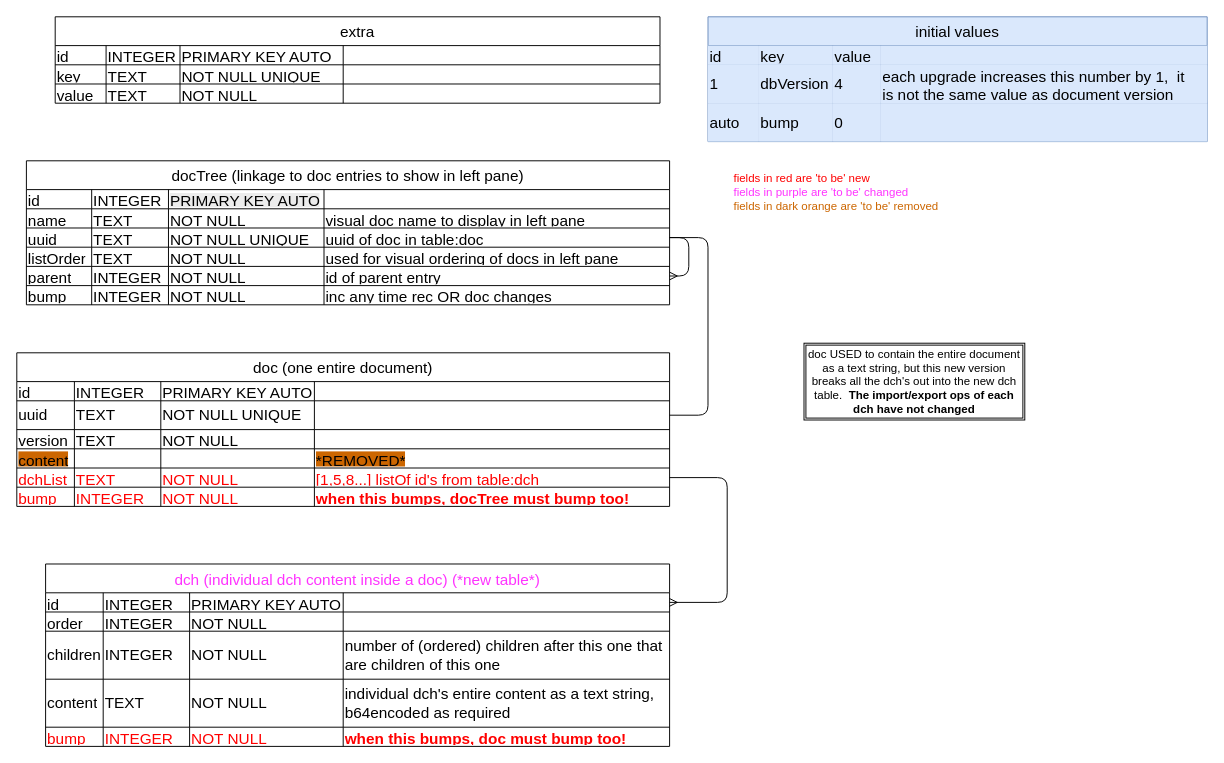
Earlier version of the draw.io diagram extra/docs/Database_backend-V0004-now.drawio (Malendryn/JotLiner). Source tidied: cells renumbered, new cells numbered last; positions are measured from the earlier drawing's top-left corner, leaving out a move shared by most shapes. Both pictures are drawn from the tidied source at 96%, with x=0, y=0 at pixel (16, 16).
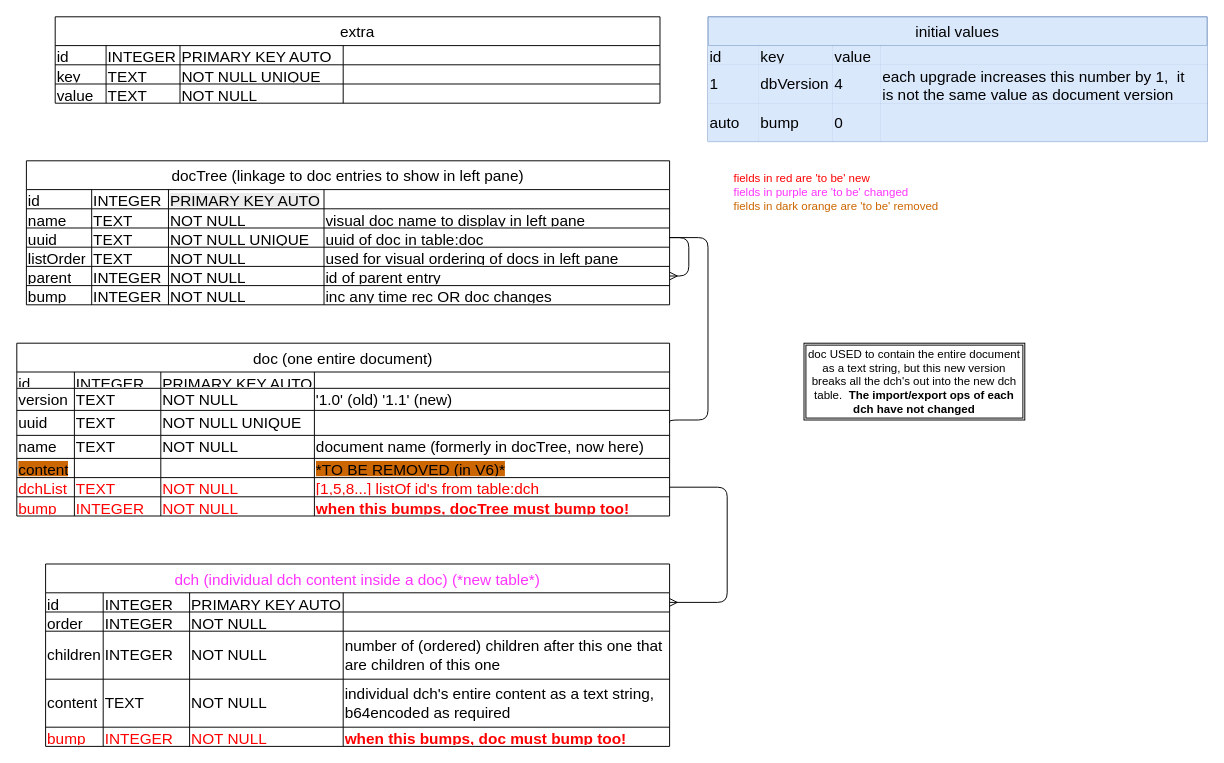
After the change.

Commit message (it also covers changes not shown here):
* 4->5 completed, moved the 'name' out of table:docTree and into table:doc, and updated all code to match.  (this change     was purely serverside)

Unchanged cells that the change refers to:
```xml
<mxCell id="60" style="shape=tableRow;horizontal=0;startSize=0;swimlaneHead=0;swimlaneBody=0;strokeColor=inherit;top=0;left=0;bottom=0;right=0;fillColor=none;points=[[0,0.5],[1,0.5]];portConstraint=eastwest;fontSize=16;align=left;" parent="49" vertex="1">
  <mxGeometry y="70" width="670" height="20" as="geometry" />
</mxCell>
<mxCell id="98" style="shape=tableRow;horizontal=0;startSize=0;swimlaneHead=0;swimlaneBody=0;strokeColor=inherit;top=0;left=0;bottom=0;right=0;fillColor=none;points=[[0,0.5],[1,0.5]];portConstraint=eastwest;fontSize=16;align=left;" parent="97" vertex="1">
  <mxGeometry y="30" width="650" height="20" as="geometry" />
</mxCell>
```

What changed in the source:
```diff
@@
     <mxCell id="18" value="doc (one entire document)" style="shape=table;startSize=30;childLayout=tableLayout;strokeColor=default;fontSize=16;align=center;" parent="1" vertex="1">
-      <mxGeometry y="350" width="680" height="160" as="geometry" />
+      <mxGeometry y="340" width="680" height="180" as="geometry" />
     </mxCell>
     <mxCell id="19" style="shape=tableRow;horizontal=0;startSize=0;swimlaneHead=0;swimlaneBody=0;strokeColor=inherit;top=0;left=0;bottom=0;right=0;fillColor=none;fontSize=16;align=left;" parent="18" vertex="1">
-      <mxGeometry y="30" width="680" height="20" as="geometry" />
+      <mxGeometry y="30" width="680" height="17" as="geometry" />
     </mxCell>
     <mxCell id="20" value="id" style="shape=partialRectangle;html=1;strokeColor=inherit;overflow=hidden;fillColor=none;top=0;left=0;bottom=0;right=0;fontSize=16;text-align:right;align=left;" parent="19" vertex="1">
-      <mxGeometry width="60" height="20" as="geometry" />
+      <mxGeometry width="60" height="17" as="geometry" />
     </mxCell>
     <mxCell id="21" value="INTEGER" style="shape=partialRectangle;html=1;strokeColor=inherit;overflow=hidden;fillColor=none;top=0;left=0;bottom=0;right=0;fontSize=16;align=left;" parent="19" vertex="1">
-      <mxGeometry x="60" width="90" height="20" as="geometry" />
+      <mxGeometry x="60" width="90" height="17" as="geometry" />
     </mxCell>
     <mxCell id="22" value="PRIMARY KEY AUTO" style="shape=partialRectangle;html=1;strokeColor=inherit;overflow=hidden;fillColor=none;top=0;left=0;bottom=0;right=0;fontSize=16;align=left;" parent="19" vertex="1">
-      <mxGeometry x="150" width="160" height="20" as="geometry" />
+      <mxGeometry x="150" width="160" height="17" as="geometry" />
     </mxCell>
     <mxCell id="23" style="shape=partialRectangle;html=1;strokeColor=inherit;overflow=hidden;fillColor=none;top=0;left=0;bottom=0;right=0;fontSize=16;align=left;" parent="19" vertex="1">
-      <mxGeometry x="310" width="370" height="20" as="geometry" />
+      <mxGeometry x="310" width="370" height="17" as="geometry" />
     </mxCell>
+    <mxCell id="128" style="shape=tableRow;horizontal=0;startSize=0;swimlaneHead=0;swimlaneBody=0;strokeColor=inherit;top=0;left=0;bottom=0;right=0;fillColor=none;fontSize=16;align=left;" parent="18" vertex="1">
+      <mxGeometry y="47" width="680" height="23" as="geometry" />
+    </mxCell>
+    <mxCell id="129" value="version" style="shape=partialRectangle;html=1;strokeColor=inherit;overflow=hidden;fillColor=none;top=0;left=0;bottom=0;right=0;fontSize=16;text-align:right;align=left;" parent="128" vertex="1">
+      <mxGeometry width="60" height="23" as="geometry" />
+    </mxCell>
+    <mxCell id="130" value="TEXT" style="shape=partialRectangle;html=1;strokeColor=inherit;overflow=hidden;fillColor=none;top=0;left=0;bottom=0;right=0;fontSize=16;align=left;" parent="128" vertex="1">
+      <mxGeometry x="60" width="90" height="23" as="geometry" />
+    </mxCell>
+    <mxCell id="131" value="NOT NULL" style="shape=partialRectangle;html=1;strokeColor=inherit;overflow=hidden;fillColor=none;top=0;left=0;bottom=0;right=0;fontSize=16;align=left;" parent="128" vertex="1">
+      <mxGeometry x="150" width="160" height="23" as="geometry" />
+    </mxCell>
+    <mxCell id="132" value="'1.0' (old) '1.1' (new)" style="shape=partialRectangle;html=1;strokeColor=inherit;overflow=hidden;fillColor=none;top=0;left=0;bottom=0;right=0;fontSize=16;align=left;" parent="128" vertex="1">
+      <mxGeometry x="310" width="370" height="23" as="geometry" />
+    </mxCell>
     <mxCell id="24" style="shape=tableRow;horizontal=0;startSize=0;swimlaneHead=0;swimlaneBody=0;strokeColor=inherit;top=0;left=0;bottom=0;right=0;fillColor=none;points=[[0,0.5],[1,0.5]];portConstraint=eastwest;fontSize=16;align=left;" parent="18" vertex="1">
-      <mxGeometry y="50" width="680" height="30" as="geometry" />
+      <mxGeometry y="70" width="680" height="26" as="geometry" />
     </mxCell>
     <mxCell id="25" value="uuid" style="shape=partialRectangle;html=1;strokeColor=inherit;overflow=hidden;fillColor=none;top=0;left=0;bottom=0;right=0;fontSize=16;align=left;" parent="24" vertex="1">
-      <mxGeometry width="60" height="30" as="geometry" />
+      <mxGeometry width="60" height="26" as="geometry" />
     </mxCell>
     <mxCell id="26" value="TEXT" style="shape=partialRectangle;html=1;strokeColor=inherit;overflow=hidden;fillColor=none;top=0;left=0;bottom=0;right=0;fontSize=16;align=left;" parent="24" vertex="1">
-      <mxGeometry x="60" width="90" height="30" as="geometry" />
+      <mxGeometry x="60" width="90" height="26" as="geometry" />
     </mxCell>
     <mxCell id="27" value="NOT NULL UNIQUE" style="shape=partialRectangle;html=1;strokeColor=inherit;overflow=hidden;fillColor=none;top=0;left=0;bottom=0;right=0;fontSize=16;align=left;" parent="24" vertex="1">
-      <mxGeometry x="150" width="160" height="30" as="geometry" />
+      <mxGeometry x="150" width="160" height="26" as="geometry" />
     </mxCell>
     <mxCell id="28" style="shape=partialRectangle;html=1;strokeColor=inherit;overflow=hidden;fillColor=none;top=0;left=0;bottom=0;right=0;fontSize=16;align=left;" parent="24" vertex="1">
-      <mxGeometry x="310" width="370" height="30" as="geometry" />
+      <mxGeometry x="310" width="370" height="26" as="geometry" />
     </mxCell>
     <mxCell id="29" style="shape=tableRow;horizontal=0;startSize=0;swimlaneHead=0;swimlaneBody=0;strokeColor=inherit;top=0;left=0;bottom=0;right=0;fillColor=none;fontSize=16;align=left;" parent="18" vertex="1">
-      <mxGeometry y="80" width="680" height="20" as="geometry" />
+      <mxGeometry y="96" width="680" height="24" as="geometry" />
     </mxCell>
-    <mxCell id="30" value="version" style="shape=partialRectangle;html=1;strokeColor=inherit;overflow=hidden;fillColor=none;top=0;left=0;bottom=0;right=0;fontSize=16;align=left;" parent="29" vertex="1">
-      <mxGeometry width="60" height="20" as="geometry" />
+    <mxCell id="30" value="name" style="shape=partialRectangle;html=1;strokeColor=inherit;overflow=hidden;fillColor=none;top=0;left=0;bottom=0;right=0;fontSize=16;align=left;" parent="29" vertex="1">
+      <mxGeometry width="60" height="24" as="geometry" />
     </mxCell>
     <mxCell id="31" value="TEXT" style="shape=partialRectangle;html=1;strokeColor=inherit;overflow=hidden;fillColor=none;top=0;left=0;bottom=0;right=0;fontSize=16;align=left;" parent="29" vertex="1">
-      <mxGeometry x="60" width="90" height="20" as="geometry" />
+      <mxGeometry x="60" width="90" height="24" as="geometry" />
     </mxCell>
     <mxCell id="32" value="&lt;div&gt;NOT NULL&lt;/div&gt;" style="shape=partialRectangle;html=1;strokeColor=inherit;overflow=hidden;fillColor=none;top=0;left=0;bottom=0;right=0;fontSize=16;align=left;" parent="29" vertex="1">
-      <mxGeometry x="150" width="160" height="20" as="geometry" />
+      <mxGeometry x="150" width="160" height="24" as="geometry" />
     </mxCell>
-    <mxCell id="33" style="shape=partialRectangle;html=1;strokeColor=inherit;overflow=hidden;fillColor=none;top=0;left=0;bottom=0;right=0;fontSize=16;align=left;" parent="29" vertex="1">
-      <mxGeometry x="310" width="370" height="20" as="geometry" />
+    <mxCell id="33" value="document name (formerly in docTree, now here)" style="shape=partialRectangle;html=1;strokeColor=inherit;overflow=hidden;fillColor=none;top=0;left=0;bottom=0;right=0;fontSize=16;align=left;" parent="29" vertex="1">
+      <mxGeometry x="310" width="370" height="24" as="geometry" />
     </mxCell>
     <mxCell id="34" style="shape=tableRow;horizontal=0;startSize=0;swimlaneHead=0;swimlaneBody=0;strokeColor=inherit;top=0;left=0;bottom=0;right=0;fillColor=none;fontSize=16;align=left;labelBackgroundColor=#FF8000;" parent="18" vertex="1">
-      <mxGeometry y="100" width="680" height="20" as="geometry" />
+      <mxGeometry y="120" width="680" height="20" as="geometry" />
     </mxCell>
@@
-    <mxCell id="38" value="*REMOVED*" style="shape=partialRectangle;html=1;strokeColor=inherit;overflow=hidden;fillColor=none;top=0;left=0;bottom=0;right=0;fontSize=16;align=left;labelBackgroundColor=#CC6600;" parent="34" vertex="1">
+    <mxCell id="38" value="*TO BE REMOVED (in V6)*" style="shape=partialRectangle;html=1;strokeColor=inherit;overflow=hidden;fillColor=none;top=0;left=0;bottom=0;right=0;fontSize=16;align=left;labelBackgroundColor=#CC6600;" parent="34" vertex="1">
       <mxGeometry x="310" width="370" height="20" as="geometry" />
     </mxCell>
     <mxCell id="39" style="shape=tableRow;horizontal=0;startSize=0;swimlaneHead=0;swimlaneBody=0;strokeColor=inherit;top=0;left=0;bottom=0;right=0;fillColor=none;points=[[0,0.5],[1,0.5]];portConstraint=eastwest;fontSize=16;align=left;" parent="18" vertex="1">
-      <mxGeometry y="120" width="680" height="20" as="geometry" />
+      <mxGeometry y="140" width="680" height="20" as="geometry" />
     </mxCell>
@@
     <mxCell id="44" style="shape=tableRow;horizontal=0;startSize=0;swimlaneHead=0;swimlaneBody=0;strokeColor=inherit;top=0;left=0;bottom=0;right=0;fillColor=none;fontSize=16;align=left;" parent="18" vertex="1">
-      <mxGeometry y="140" width="680" height="20" as="geometry" />
+      <mxGeometry y="160" width="680" height="20" as="geometry" />
     </mxCell>
@@
     <mxCell id="125" style="edgeStyle=orthogonalEdgeStyle;rounded=1;jettySize=auto;html=1;exitX=1;exitY=0.5;exitDx=0;exitDy=0;entryX=1;entryY=0.5;entryDx=0;entryDy=0;startArrow=none;startFill=0;endArrow=none;endFill=0;curved=0;" parent="1" edge="1" source="24" target="60">
       <mxGeometry relative="1" as="geometry">
         <Array as="points">
-          <mxPoint x="720" y="415" />
+          <mxPoint x="720" y="420" />
           <mxPoint x="720" y="230" />
         </Array>
       </mxGeometry>
     </mxCell>
@@
     <mxCell id="127" style="edgeStyle=orthogonalEdgeStyle;rounded=1;jettySize=auto;html=1;exitX=1;exitY=0.5;exitDx=0;exitDy=0;entryX=1;entryY=0.5;entryDx=0;entryDy=0;startArrow=none;startFill=0;endArrow=ERmany;endFill=0;curved=0;" parent="1" edge="1" source="39" target="98">
       <mxGeometry relative="1" as="geometry">
         <Array as="points">
-          <mxPoint x="740" y="480" />
+          <mxPoint x="740" y="490" />
           <mxPoint x="740" y="610" />
         </Array>
       </mxGeometry>
     </mxCell>
```
